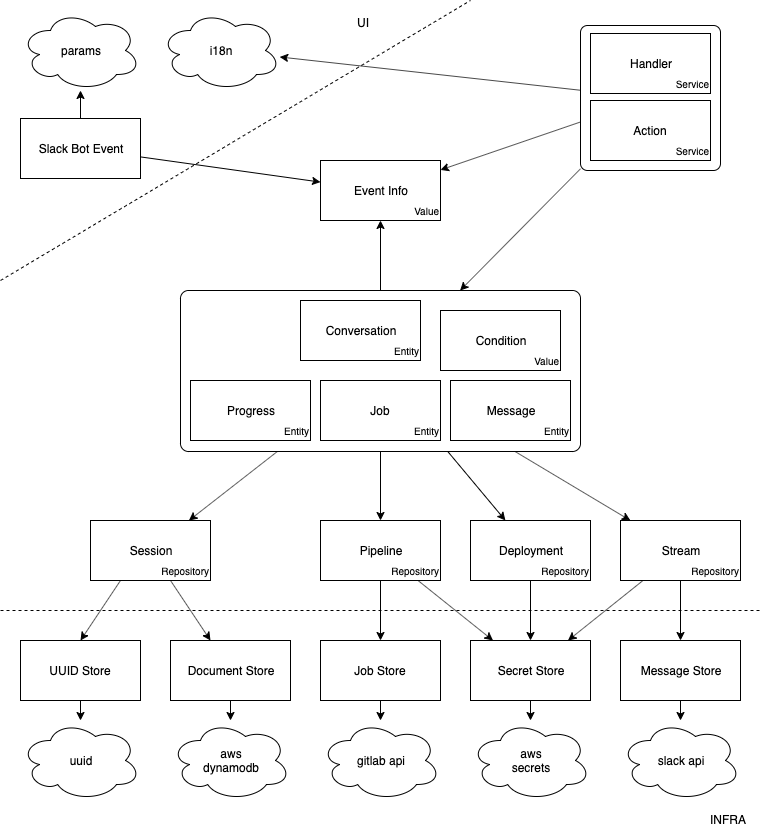
Before: static/docs/psycher/slack/abstract.png, a diagram exported from draw.io (getto-systems/docs). Source tidied: cells renumbered, new cells last; positions are measured from the earlier drawing's top-left corner, leaving out a move shared by most shapes. Its diagram source:
```xml
<mxGraphModel>
  <root>
    <mxCell id="0" />
    <mxCell id="1" parent="0" />
    <mxCell id="2" style="endArrow=classic;html=1;" parent="1" edge="1" source="11" target="50">
      <mxGeometry relative="1" as="geometry" />
    </mxCell>
    <mxCell id="3" value="Slack Bot Event" style="rounded=0;whiteSpace=wrap;html=1;fillColor=#ffffff;" parent="1" vertex="1">
      <mxGeometry x="20" y="118" width="120" height="60" as="geometry" />
    </mxCell>
    <mxCell id="4" style="endArrow=classic;html=1;" parent="1" edge="1" source="3" target="50">
      <mxGeometry relative="1" as="geometry" />
    </mxCell>
    <mxCell id="5" value="params" style="ellipse;shape=cloud;whiteSpace=wrap;html=1;fillColor=#ffffff;" parent="1" vertex="1">
      <mxGeometry x="20" y="10" width="120" height="80" as="geometry" />
    </mxCell>
    <mxCell id="6" style="endArrow=classic;html=1;" parent="1" edge="1" source="3" target="5">
      <mxGeometry relative="1" as="geometry" />
    </mxCell>
    <mxCell id="7" style="endArrow=classic;html=1;exitX=0.5;exitY=0;exitDx=0;exitDy=0;" parent="1" edge="1" source="42" target="50">
      <mxGeometry relative="1" as="geometry" />
    </mxCell>
    <mxCell id="8" value="i18n" style="ellipse;shape=cloud;whiteSpace=wrap;html=1;fillColor=none;" parent="1" vertex="1">
      <mxGeometry x="160" y="10" width="120" height="80" as="geometry" />
    </mxCell>
    <mxCell id="9" style="endArrow=classic;html=1;" parent="1" edge="1" source="11" target="8">
      <mxGeometry relative="1" as="geometry" />
    </mxCell>
    <mxCell id="10" style="endArrow=classic;html=1;" parent="1" edge="1" source="11" target="42">
      <mxGeometry relative="1" as="geometry" />
    </mxCell>
    <mxCell id="11" style="rounded=1;whiteSpace=wrap;html=1;fillColor=none;arcSize=5;" parent="1" vertex="1">
      <mxGeometry x="580" y="25" width="140" height="145" as="geometry" />
    </mxCell>
    <mxCell id="12" style="endArrow=none;dashed=1;html=1;" parent="1" edge="1">
      <mxGeometry relative="1" as="geometry">
        <mxPoint y="280" as="sourcePoint" />
        <mxPoint x="470" as="targetPoint" />
      </mxGeometry>
    </mxCell>
    <mxCell id="13" value="UI" style="text;html=1;align=left;verticalAlign=top;spacingTop=-4;" parent="1" vertex="1">
      <mxGeometry x="355" y="13" width="30" height="20" as="geometry" />
    </mxCell>
    <mxCell id="14" style="endArrow=classic;html=1;" parent="1" edge="1" source="42" target="68">
      <mxGeometry relative="1" as="geometry" />
    </mxCell>
    <mxCell id="15" style="endArrow=classic;html=1;" parent="1" edge="1" source="42" target="71">
      <mxGeometry relative="1" as="geometry" />
    </mxCell>
    <mxCell id="16" style="endArrow=classic;html=1;" parent="1" edge="1" source="42" target="74">
      <mxGeometry relative="1" as="geometry" />
    </mxCell>
    <mxCell id="17" style="endArrow=classic;html=1;" parent="1" edge="1" source="42" target="77">
      <mxGeometry relative="1" as="geometry" />
    </mxCell>
    <mxCell id="18" value="UUID Store" style="rounded=0;whiteSpace=wrap;html=1;fillColor=#ffffff;" parent="1" vertex="1">
      <mxGeometry x="20" y="640" width="120" height="60" as="geometry" />
    </mxCell>
    <mxCell id="19" value="Document Store" style="rounded=0;whiteSpace=wrap;html=1;fillColor=#ffffff;" parent="1" vertex="1">
      <mxGeometry x="170" y="640" width="120" height="60" as="geometry" />
    </mxCell>
    <mxCell id="20" value="Job Store" style="rounded=0;whiteSpace=wrap;html=1;fillColor=#ffffff;" parent="1" vertex="1">
      <mxGeometry x="320" y="640" width="120" height="60" as="geometry" />
    </mxCell>
    <mxCell id="21" value="Secret Store" style="rounded=0;whiteSpace=wrap;html=1;fillColor=#ffffff;" parent="1" vertex="1">
      <mxGeometry x="470" y="640" width="120" height="60" as="geometry" />
    </mxCell>
    <mxCell id="22" value="Message Store" style="rounded=0;whiteSpace=wrap;html=1;fillColor=#ffffff;" parent="1" vertex="1">
      <mxGeometry x="620" y="640" width="120" height="60" as="geometry" />
    </mxCell>
    <mxCell id="23" style="endArrow=classic;html=1;exitX=0.25;exitY=1;exitDx=0;exitDy=0;entryX=0.5;entryY=0;entryDx=0;entryDy=0;" parent="1" edge="1" source="68" target="18">
      <mxGeometry relative="1" as="geometry" />
    </mxCell>
    <mxCell id="24" style="endArrow=classic;html=1;" parent="1" edge="1" source="68" target="19">
      <mxGeometry relative="1" as="geometry" />
    </mxCell>
    <mxCell id="25" style="endArrow=classic;html=1;" parent="1" edge="1" source="71" target="20">
      <mxGeometry relative="1" as="geometry" />
    </mxCell>
    <mxCell id="26" style="endArrow=classic;html=1;" parent="1" edge="1" source="74" target="21">
      <mxGeometry relative="1" as="geometry" />
    </mxCell>
    <mxCell id="27" style="endArrow=classic;html=1;" parent="1" edge="1" source="77" target="21">
      <mxGeometry relative="1" as="geometry" />
    </mxCell>
    <mxCell id="28" style="endArrow=classic;html=1;" parent="1" edge="1" source="71" target="21">
      <mxGeometry relative="1" as="geometry" />
    </mxCell>
    <mxCell id="29" style="endArrow=classic;html=1;" parent="1" edge="1" source="77" target="22">
      <mxGeometry relative="1" as="geometry" />
    </mxCell>
    <mxCell id="30" style="endArrow=none;dashed=1;html=1;" parent="1" edge="1">
      <mxGeometry relative="1" as="geometry">
        <mxPoint y="610" as="sourcePoint" />
        <mxPoint x="760" y="610" as="targetPoint" />
      </mxGeometry>
    </mxCell>
    <mxCell id="31" value="INFRA" style="text;html=1;align=right;verticalAlign=top;spacingTop=-4;" parent="1" vertex="1">
      <mxGeometry x="697.5" y="810" width="50" height="20" as="geometry" />
    </mxCell>
    <mxCell id="32" value="uuid" style="ellipse;shape=cloud;whiteSpace=wrap;html=1;fillColor=#ffffff;" parent="1" vertex="1">
      <mxGeometry x="20" y="720" width="120" height="80" as="geometry" />
    </mxCell>
    <mxCell id="33" value="aws&lt;br&gt;dynamodb" style="ellipse;shape=cloud;whiteSpace=wrap;html=1;fillColor=#ffffff;" parent="1" vertex="1">
      <mxGeometry x="170" y="720" width="120" height="80" as="geometry" />
    </mxCell>
    <mxCell id="34" value="gitlab api" style="ellipse;shape=cloud;whiteSpace=wrap;html=1;fillColor=#ffffff;" parent="1" vertex="1">
      <mxGeometry x="320" y="720" width="120" height="80" as="geometry" />
    </mxCell>
    <mxCell id="35" value="slack api" style="ellipse;shape=cloud;whiteSpace=wrap;html=1;fillColor=#ffffff;" parent="1" vertex="1">
      <mxGeometry x="620" y="720" width="120" height="80" as="geometry" />
    </mxCell>
    <mxCell id="36" value="aws&lt;br&gt;secrets" style="ellipse;shape=cloud;whiteSpace=wrap;html=1;fillColor=#ffffff;" parent="1" vertex="1">
      <mxGeometry x="470" y="720" width="120" height="80" as="geometry" />
    </mxCell>
    <mxCell id="37" style="endArrow=classic;html=1;" parent="1" edge="1" source="18" target="32">
      <mxGeometry relative="1" as="geometry" />
    </mxCell>
    <mxCell id="38" style="endArrow=classic;html=1;" parent="1" edge="1" source="19" target="33">
      <mxGeometry relative="1" as="geometry" />
    </mxCell>
    <mxCell id="39" style="endArrow=classic;html=1;" parent="1" edge="1" source="20" target="34">
      <mxGeometry relative="1" as="geometry" />
    </mxCell>
    <mxCell id="40" style="endArrow=classic;html=1;" parent="1" edge="1" source="21" target="36">
      <mxGeometry relative="1" as="geometry" />
    </mxCell>
    <mxCell id="41" style="endArrow=classic;html=1;" parent="1" edge="1" source="22" target="35">
      <mxGeometry relative="1" as="geometry" />
    </mxCell>
    <mxCell id="42" style="rounded=1;whiteSpace=wrap;html=1;fillColor=none;arcSize=5;" parent="1" vertex="1">
      <mxGeometry x="180" y="290" width="400" height="161" as="geometry" />
    </mxCell>
    <mxCell id="43" style="group;fontSize=12;" parent="1" vertex="1">
      <mxGeometry x="590" y="33" width="120" height="60" as="geometry" />
    </mxCell>
    <mxCell id="44" value="Handler" style="rounded=0;whiteSpace=wrap;html=1;fontSize=12;" parent="43" vertex="1">
      <mxGeometry width="120" height="60" as="geometry" />
    </mxCell>
    <mxCell id="45" value="Service" style="text;html=1;strokeColor=none;fillColor=none;align=right;verticalAlign=middle;whiteSpace=wrap;rounded=0;fontSize=10;" parent="43" vertex="1">
      <mxGeometry x="70" y="40" width="50" height="20" as="geometry" />
    </mxCell>
    <mxCell id="46" style="group;" parent="1" vertex="1">
      <mxGeometry x="590" y="100" width="120" height="60" as="geometry" />
    </mxCell>
    <mxCell id="47" value="Action" style="rounded=0;whiteSpace=wrap;html=1;" parent="46" vertex="1">
      <mxGeometry width="120" height="60" as="geometry" />
    </mxCell>
    <mxCell id="48" value="Service" style="text;html=1;strokeColor=none;fillColor=none;align=right;verticalAlign=middle;whiteSpace=wrap;rounded=0;fontSize=10;" parent="46" vertex="1">
      <mxGeometry x="70" y="40" width="50" height="20" as="geometry" />
    </mxCell>
    <mxCell id="49" style="group;" parent="1" vertex="1">
      <mxGeometry x="320" y="160" width="120" height="60" as="geometry" />
    </mxCell>
    <mxCell id="50" value="Event Info" style="rounded=0;whiteSpace=wrap;html=1;fillColor=#ffffff;" parent="49" vertex="1">
      <mxGeometry width="120" height="60" as="geometry" />
    </mxCell>
    <mxCell id="51" value="Value" style="text;html=1;strokeColor=none;fillColor=none;align=right;verticalAlign=middle;whiteSpace=wrap;rounded=0;fontSize=10;" parent="49" vertex="1">
      <mxGeometry x="80" y="40" width="40" height="20" as="geometry" />
    </mxCell>
    <mxCell id="52" style="group;" parent="1" vertex="1">
      <mxGeometry x="300" y="300" width="120" height="60" as="geometry" />
    </mxCell>
    <mxCell id="53" value="Conversation" style="rounded=0;whiteSpace=wrap;html=1;fillColor=#ffffff;" parent="52" vertex="1">
      <mxGeometry width="120" height="60" as="geometry" />
    </mxCell>
    <mxCell id="54" value="Entity" style="text;html=1;strokeColor=none;fillColor=none;align=right;verticalAlign=middle;whiteSpace=wrap;rounded=0;fontSize=10;" parent="52" vertex="1">
      <mxGeometry x="80" y="40" width="40" height="20" as="geometry" />
    </mxCell>
    <mxCell id="55" style="group;" parent="1" vertex="1">
      <mxGeometry x="440" y="310" width="120" height="60" as="geometry" />
    </mxCell>
    <mxCell id="56" value="Condition" style="rounded=0;whiteSpace=wrap;html=1;fillColor=#ffffff;" parent="55" vertex="1">
      <mxGeometry width="120" height="60" as="geometry" />
    </mxCell>
    <mxCell id="57" value="Value" style="text;html=1;strokeColor=none;fillColor=none;align=right;verticalAlign=middle;whiteSpace=wrap;rounded=0;fontSize=10;" parent="55" vertex="1">
      <mxGeometry x="80" y="40" width="40" height="20" as="geometry" />
    </mxCell>
    <mxCell id="58" style="group;" parent="1" vertex="1">
      <mxGeometry x="450" y="380" width="120" height="60" as="geometry" />
    </mxCell>
    <mxCell id="59" value="Message" style="rounded=0;whiteSpace=wrap;html=1;fillColor=#ffffff;" parent="58" vertex="1">
      <mxGeometry width="120" height="60" as="geometry" />
    </mxCell>
    <mxCell id="60" value="Entity" style="text;html=1;strokeColor=none;fillColor=none;align=right;verticalAlign=middle;whiteSpace=wrap;rounded=0;fontSize=8;" parent="58" vertex="1">
      <mxGeometry x="80" y="40" width="40" height="20" as="geometry" />
    </mxCell>
    <mxCell id="61" style="group;" parent="1" vertex="1">
      <mxGeometry x="320" y="380" width="120" height="60" as="geometry" />
    </mxCell>
    <mxCell id="62" value="Job" style="rounded=0;whiteSpace=wrap;html=1;fillColor=#ffffff;" parent="61" vertex="1">
      <mxGeometry width="120" height="60" as="geometry" />
    </mxCell>
    <mxCell id="63" value="Entity" style="text;html=1;strokeColor=none;fillColor=none;align=right;verticalAlign=middle;whiteSpace=wrap;rounded=0;fontSize=10;" parent="61" vertex="1">
      <mxGeometry x="80" y="40" width="40" height="20" as="geometry" />
    </mxCell>
    <mxCell id="64" style="group;" parent="1" vertex="1">
      <mxGeometry x="190" y="380" width="120" height="60" as="geometry" />
    </mxCell>
    <mxCell id="65" value="Progress" style="rounded=0;whiteSpace=wrap;html=1;fillColor=#ffffff;" parent="64" vertex="1">
      <mxGeometry width="120" height="60" as="geometry" />
    </mxCell>
    <mxCell id="66" value="Entity" style="text;html=1;strokeColor=none;fillColor=none;align=right;verticalAlign=middle;whiteSpace=wrap;rounded=0;fontSize=10;" parent="64" vertex="1">
      <mxGeometry x="80" y="40" width="40" height="20" as="geometry" />
    </mxCell>
    <mxCell id="67" style="group;" parent="1" vertex="1">
      <mxGeometry x="90" y="520" width="120" height="60" as="geometry" />
    </mxCell>
    <mxCell id="68" value="Session" style="rounded=0;whiteSpace=wrap;html=1;fillColor=#ffffff;" parent="67" vertex="1">
      <mxGeometry width="120" height="60" as="geometry" />
    </mxCell>
    <mxCell id="69" value="Repository" style="text;html=1;strokeColor=none;fillColor=none;align=right;verticalAlign=middle;whiteSpace=wrap;rounded=0;fontSize=10;" parent="67" vertex="1">
      <mxGeometry x="55" y="40" width="65" height="20" as="geometry" />
    </mxCell>
    <mxCell id="70" style="group;" parent="1" vertex="1">
      <mxGeometry x="320" y="520" width="120" height="60" as="geometry" />
    </mxCell>
    <mxCell id="71" value="Pipeline" style="rounded=0;whiteSpace=wrap;html=1;fillColor=#ffffff;" parent="70" vertex="1">
      <mxGeometry width="120" height="60" as="geometry" />
    </mxCell>
    <mxCell id="72" value="Repository" style="text;html=1;strokeColor=none;fillColor=none;align=right;verticalAlign=middle;whiteSpace=wrap;rounded=0;fontSize=10;" parent="70" vertex="1">
      <mxGeometry x="55" y="40" width="65" height="20" as="geometry" />
    </mxCell>
    <mxCell id="73" style="group;" parent="1" vertex="1">
      <mxGeometry x="470" y="520" width="120" height="60" as="geometry" />
    </mxCell>
    <mxCell id="74" value="Deployment" style="rounded=0;whiteSpace=wrap;html=1;fillColor=#ffffff;" parent="73" vertex="1">
      <mxGeometry width="120" height="60" as="geometry" />
    </mxCell>
    <mxCell id="75" value="Repository" style="text;html=1;strokeColor=none;fillColor=none;align=right;verticalAlign=middle;whiteSpace=wrap;rounded=0;fontSize=10;" parent="73" vertex="1">
      <mxGeometry x="55" y="40" width="65" height="20" as="geometry" />
    </mxCell>
    <mxCell id="76" style="group;" parent="1" vertex="1">
      <mxGeometry x="620" y="520" width="120" height="60" as="geometry" />
    </mxCell>
    <mxCell id="77" value="Stream" style="rounded=0;whiteSpace=wrap;html=1;fillColor=#ffffff;" parent="76" vertex="1">
      <mxGeometry width="120" height="60" as="geometry" />
    </mxCell>
    <mxCell id="78" value="Repository" style="text;html=1;strokeColor=none;fillColor=none;align=right;verticalAlign=middle;whiteSpace=wrap;rounded=0;fontSize=10;" parent="76" vertex="1">
      <mxGeometry x="55" y="40" width="65" height="20" as="geometry" />
    </mxCell>
  </root>
</mxGraphModel>
```
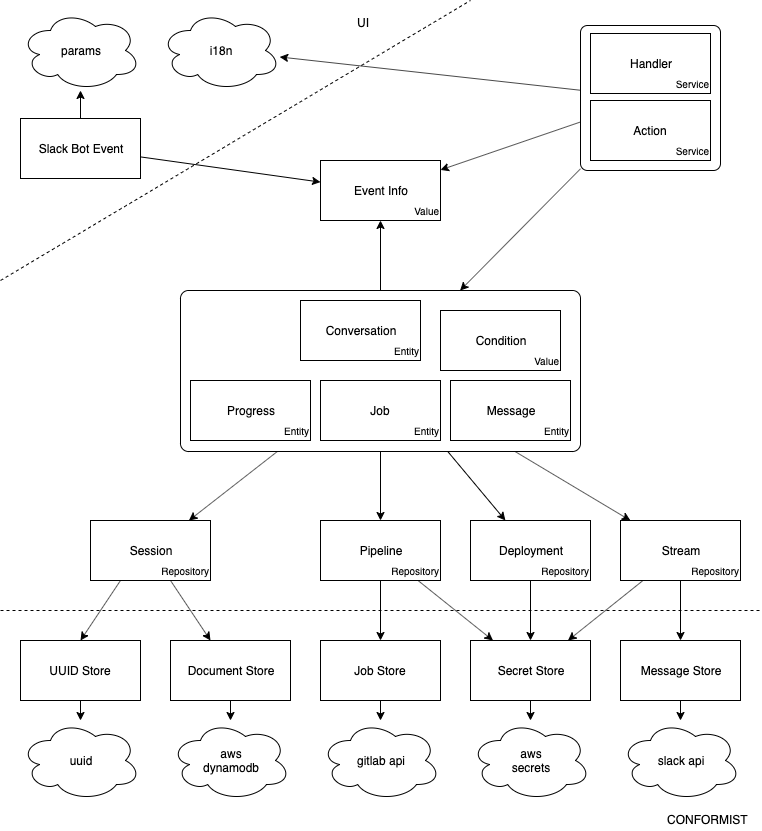
The same file after the commit.

What changed in the source:
```diff
@@ -95,8 +95,8 @@
         <mxPoint x="760" y="610" as="targetPoint" />
       </mxGeometry>
     </mxCell>
-    <mxCell id="31" value="INFRA" style="text;html=1;align=right;verticalAlign=top;spacingTop=-4;" parent="1" vertex="1">
-      <mxGeometry x="697.5" y="810" width="50" height="20" as="geometry" />
+    <mxCell id="31" value="CONFORMIST" style="text;html=1;align=right;verticalAlign=top;spacingTop=-4;" parent="1" vertex="1">
+      <mxGeometry x="650" y="810" width="100" height="20" as="geometry" />
     </mxCell>
     <mxCell id="32" value="uuid" style="ellipse;shape=cloud;whiteSpace=wrap;html=1;fillColor=#ffffff;" parent="1" vertex="1">
       <mxGeometry x="20" y="720" width="120" height="80" as="geometry" />
```
